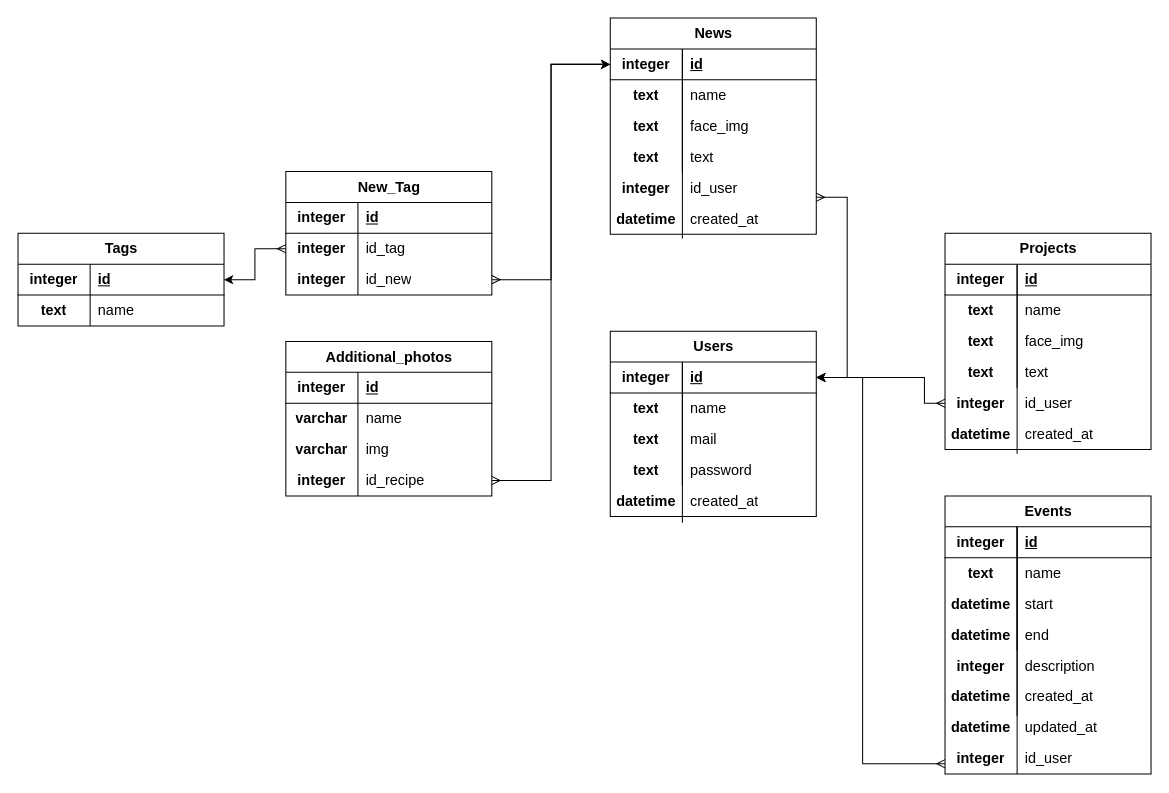
Above: page "БД 3" (13 of 17) of img/Диаграмма без названия.drawio in Discordiks/Pink_girls (draw.io), before the change. Source tidied: cells renumbered, new cells numbered last; positions are measured from the earlier drawing's top-left corner, leaving out a move shared by most shapes. Both pictures are drawn from the tidied source at 103%, with x=0, y=0 at pixel (18, 18).
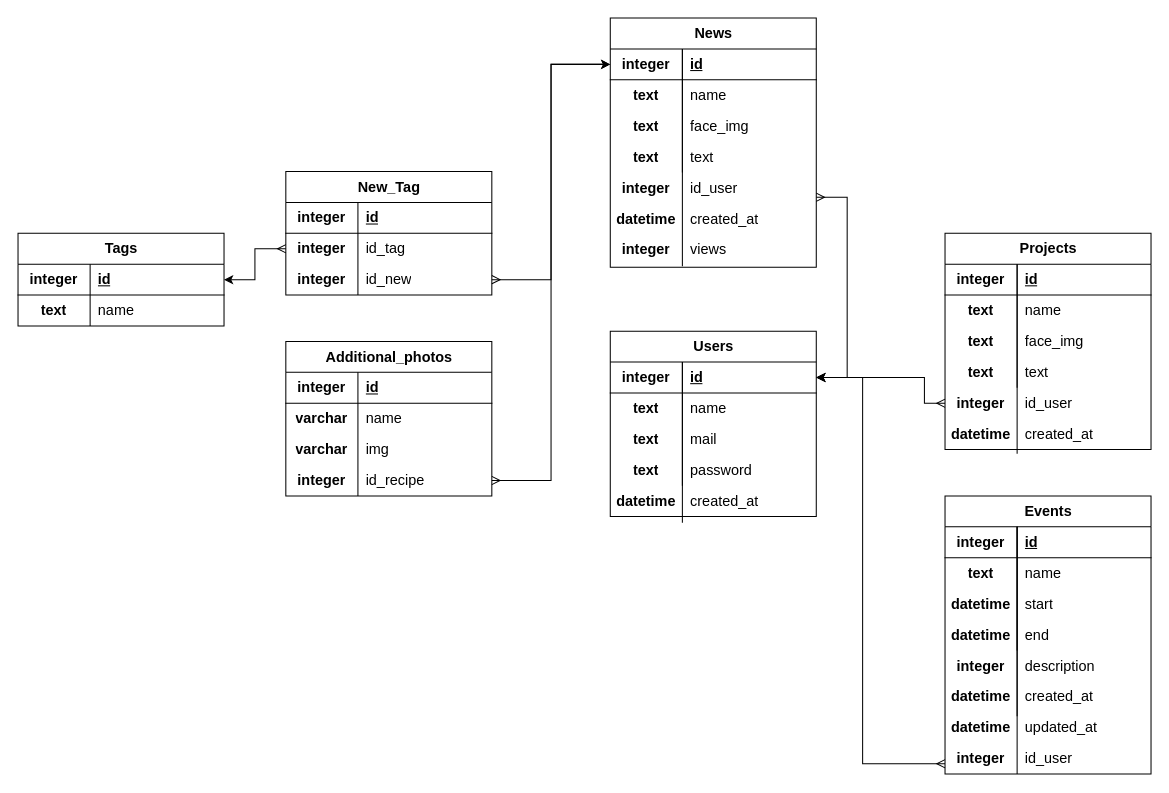
The same page after the edit.

Unchanged cells that the change refers to:
```xml
<mxCell id="2" style="group;fontSize=14;" parent="1" vertex="1">
  <mxGeometry x="575" width="200" height="270" as="geometry" />
</mxCell>
```

Diff of the diagram source:
```diff
@@
     <mxCell id="3" value="News" style="shape=table;startSize=30;childLayout=tableLayout;rowLines=0;fontStyle=1;align=center;html=1;fontSize=14;" parent="2" vertex="1">
-      <mxGeometry width="200" height="210" as="geometry" />
+      <mxGeometry width="200" height="242" as="geometry" />
     </mxCell>
@@
     <mxCell id="23" style="endArrow=none;html=1;rounded=0;fontSize=14;" parent="2" edge="1">
       <mxGeometry relative="1" as="geometry">
-        <mxPoint x="70" y="214" as="sourcePoint" />
+        <mxPoint x="70" y="241" as="sourcePoint" />
         <mxPoint x="70" y="30" as="targetPoint" />
       </mxGeometry>
     </mxCell>
+    <mxCell id="139" value="integer" style="shape=partialRectangle;fillColor=none;top=0;left=0;bottom=0;right=0;fontStyle=1;overflow=hidden;whiteSpace=wrap;html=1;fontSize=14;" parent="2" vertex="1">
+      <mxGeometry y="210" width="70" height="30" as="geometry" />
+    </mxCell>
+    <mxCell id="140" value="views" style="shape=partialRectangle;fillColor=none;top=0;left=0;bottom=0;right=0;align=left;spacingLeft=6;overflow=hidden;whiteSpace=wrap;html=1;fontSize=14;" parent="2" vertex="1">
+      <mxGeometry x="70" y="210" width="130" height="30" as="geometry" />
+    </mxCell>
```
